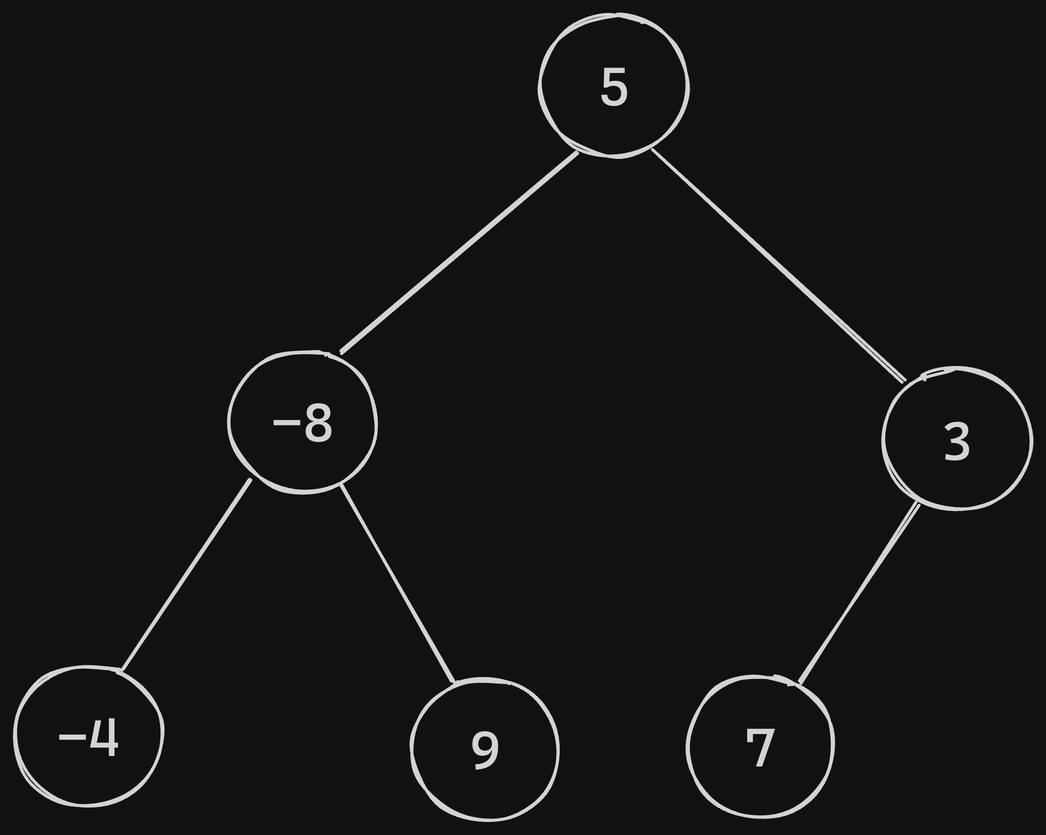
This is terceiroPeriodo/ED2/atividadeFinalDeArvores/imagens/exemploArvoreBinaria.png from lem3s/Estudos, a Excalidraw export, as it was before one commit. Source tidied: one line per element, renumbered; positions are measured from the earlier drawing's top-left corner, leaving out a move shared by most shapes. Source of this version:
```json
{"id": 0, "type": "ellipse", "strokeColor": "#1e1e1e", "strokeWidth": 2, "roughness": 1, "round": true, "x": 351, "y": 0, "width": 98, "height": 94}
{"id": 1, "type": "text", "text": "5", "strokeColor": "#1e1e1e", "strokeWidth": 2, "roughness": 1, "fontSize": 36, "fontFamily": 3, "textAlign": "center", "verticalAlign": "middle", "inside": 0, "x": 389, "y": 26, "width": 21, "height": 43}
{"id": 2, "type": "ellipse", "strokeColor": "#1e1e1e", "strokeWidth": 2, "roughness": 1, "round": true, "x": 143, "y": 224, "width": 98, "height": 94}
{"id": 3, "type": "text", "text": "-8", "strokeColor": "#1e1e1e", "strokeWidth": 2, "roughness": 1, "fontSize": 36, "fontFamily": 3, "textAlign": "center", "verticalAlign": "middle", "inside": 2, "x": 171, "y": 250, "width": 42, "height": 43}
{"id": 4, "type": "ellipse", "strokeColor": "#1e1e1e", "strokeWidth": 2, "roughness": 1, "round": true, "x": 265, "y": 442, "width": 98, "height": 94}
{"id": 5, "type": "text", "text": "9", "strokeColor": "#1e1e1e", "strokeWidth": 2, "roughness": 1, "fontSize": 36, "fontFamily": 3, "textAlign": "center", "verticalAlign": "middle", "inside": 4, "x": 303, "y": 468, "width": 21, "height": 43}
{"id": 6, "type": "ellipse", "strokeColor": "#1e1e1e", "strokeWidth": 2, "roughness": 1, "round": true, "x": 448, "y": 440, "width": 98, "height": 94}
{"id": 7, "type": "text", "text": "7", "strokeColor": "#1e1e1e", "strokeWidth": 2, "roughness": 1, "fontSize": 36, "fontFamily": 3, "textAlign": "center", "verticalAlign": "middle", "inside": 6, "x": 487, "y": 466, "width": 21, "height": 43}
{"id": 8, "type": "ellipse", "strokeColor": "#1e1e1e", "strokeWidth": 2, "roughness": 1, "round": true, "x": 0, "y": 433, "width": 98, "height": 94}
{"id": 9, "type": "text", "text": "-4", "strokeColor": "#1e1e1e", "strokeWidth": 2, "roughness": 1, "fontSize": 36, "fontFamily": 3, "textAlign": "center", "verticalAlign": "middle", "inside": 8, "x": 28, "y": 459, "width": 42, "height": 43}
{"id": 10, "type": "ellipse", "strokeColor": "#1e1e1e", "strokeWidth": 2, "roughness": 1, "round": true, "x": 580, "y": 236, "width": 98, "height": 94}
{"id": 11, "type": "text", "text": "3", "strokeColor": "#1e1e1e", "strokeWidth": 2, "roughness": 1, "fontSize": 36, "fontFamily": 3, "textAlign": "center", "verticalAlign": "middle", "inside": 10, "x": 618, "y": 262, "width": 21, "height": 43}
{"id": 12, "type": "line", "strokeColor": "#1e1e1e", "strokeWidth": 2, "roughness": 1, "round": true, "x": 374, "y": 92, "width": 157, "height": 133, "points": [[0, 0], [-157, 133]]}
{"id": 13, "type": "line", "strokeColor": "#1e1e1e", "strokeWidth": 2, "roughness": 1, "round": true, "x": 425, "y": 90, "width": 168, "height": 154, "points": [[0, 0], [168, 154]]}
{"id": 14, "type": "line", "strokeColor": "#1e1e1e", "strokeWidth": 2, "roughness": 1, "round": true, "x": 601, "y": 326, "width": 77, "height": 119, "points": [[0, 0], [-77, 119]]}
{"id": 15, "type": "line", "strokeColor": "#1e1e1e", "strokeWidth": 2, "roughness": 1, "round": true, "x": 218, "y": 314, "width": 74, "height": 132, "points": [[0, 0], [74, 132]]}
{"id": 16, "type": "line", "strokeColor": "#1e1e1e", "strokeWidth": 2, "roughness": 1, "round": true, "x": 156, "y": 309, "width": 84, "height": 128, "points": [[0, 0], [-84, 128]]}
```
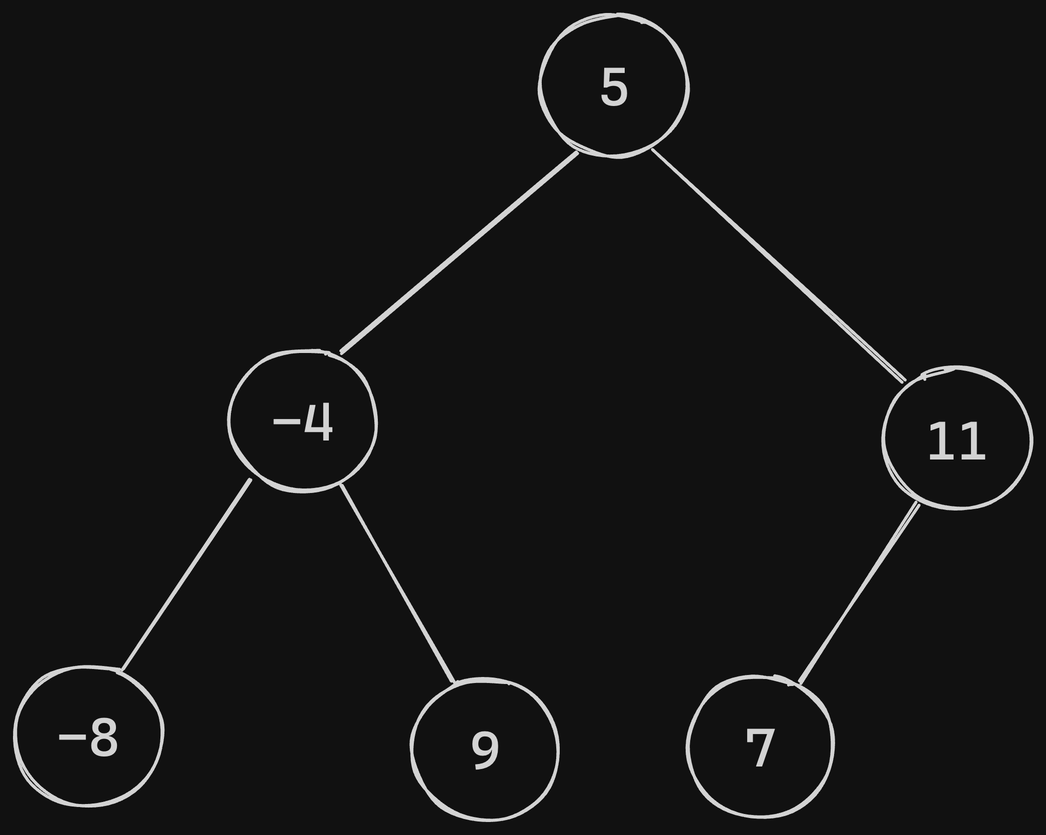
The same diagram one commit later.

The edit, as a diff of the source:
```diff
@@ -1,15 +1,15 @@
 {"id": 0, "type": "ellipse", "strokeColor": "#1e1e1e", "strokeWidth": 2, "roughness": 1, "round": true, "x": 351, "y": 0, "width": 98, "height": 94}
 {"id": 1, "type": "text", "text": "5", "strokeColor": "#1e1e1e", "strokeWidth": 2, "roughness": 1, "fontSize": 36, "fontFamily": 3, "textAlign": "center", "verticalAlign": "middle", "inside": 0, "x": 389, "y": 26, "width": 21, "height": 43}
-{"id": 2, "type": "ellipse", "strokeColor": "#1e1e1e", "strokeWidth": 2, "roughness": 1, "round": true, "x": 143, "y": 224, "width": 98, "height": 94}
+{"id": 2, "type": "ellipse", "strokeColor": "#1e1e1e", "strokeWidth": 2, "roughness": 1, "round": true, "x": 143, "y": 223, "width": 98, "height": 94}
-{"id": 3, "type": "text", "text": "-8", "strokeColor": "#1e1e1e", "strokeWidth": 2, "roughness": 1, "fontSize": 36, "fontFamily": 3, "textAlign": "center", "verticalAlign": "middle", "inside": 2, "x": 171, "y": 250, "width": 42, "height": 43}
+{"id": 3, "type": "text", "text": "-4", "strokeColor": "#1e1e1e", "strokeWidth": 2, "roughness": 1, "fontSize": 36, "fontFamily": 3, "textAlign": "center", "verticalAlign": "middle", "inside": 2, "x": 171, "y": 249, "width": 42, "height": 43}
 {"id": 4, "type": "ellipse", "strokeColor": "#1e1e1e", "strokeWidth": 2, "roughness": 1, "round": true, "x": 265, "y": 442, "width": 98, "height": 94}
 {"id": 5, "type": "text", "text": "9", "strokeColor": "#1e1e1e", "strokeWidth": 2, "roughness": 1, "fontSize": 36, "fontFamily": 3, "textAlign": "center", "verticalAlign": "middle", "inside": 4, "x": 303, "y": 468, "width": 21, "height": 43}
 {"id": 6, "type": "ellipse", "strokeColor": "#1e1e1e", "strokeWidth": 2, "roughness": 1, "round": true, "x": 448, "y": 440, "width": 98, "height": 94}
 {"id": 7, "type": "text", "text": "7", "strokeColor": "#1e1e1e", "strokeWidth": 2, "roughness": 1, "fontSize": 36, "fontFamily": 3, "textAlign": "center", "verticalAlign": "middle", "inside": 6, "x": 487, "y": 466, "width": 21, "height": 43}
 {"id": 8, "type": "ellipse", "strokeColor": "#1e1e1e", "strokeWidth": 2, "roughness": 1, "round": true, "x": 0, "y": 433, "width": 98, "height": 94}
-{"id": 9, "type": "text", "text": "-4", "strokeColor": "#1e1e1e", "strokeWidth": 2, "roughness": 1, "fontSize": 36, "fontFamily": 3, "textAlign": "center", "verticalAlign": "middle", "inside": 8, "x": 28, "y": 459, "width": 42, "height": 43}
+{"id": 9, "type": "text", "text": "-8", "strokeColor": "#1e1e1e", "strokeWidth": 2, "roughness": 1, "fontSize": 36, "fontFamily": 3, "textAlign": "center", "verticalAlign": "middle", "inside": 8, "x": 28, "y": 459, "width": 42, "height": 43}
 {"id": 10, "type": "ellipse", "strokeColor": "#1e1e1e", "strokeWidth": 2, "roughness": 1, "round": true, "x": 580, "y": 236, "width": 98, "height": 94}
-{"id": 11, "type": "text", "text": "3", "strokeColor": "#1e1e1e", "strokeWidth": 2, "roughness": 1, "fontSize": 36, "fontFamily": 3, "textAlign": "center", "verticalAlign": "middle", "inside": 10, "x": 618, "y": 262, "width": 21, "height": 43}
+{"id": 11, "type": "text", "text": "11", "strokeColor": "#1e1e1e", "strokeWidth": 2, "roughness": 1, "fontSize": 36, "fontFamily": 3, "textAlign": "center", "verticalAlign": "middle", "inside": 10, "x": 607, "y": 262, "width": 42, "height": 43}
 {"id": 12, "type": "line", "strokeColor": "#1e1e1e", "strokeWidth": 2, "roughness": 1, "round": true, "x": 374, "y": 92, "width": 157, "height": 133, "points": [[0, 0], [-157, 133]]}
 {"id": 13, "type": "line", "strokeColor": "#1e1e1e", "strokeWidth": 2, "roughness": 1, "round": true, "x": 425, "y": 90, "width": 168, "height": 154, "points": [[0, 0], [168, 154]]}
 {"id": 14, "type": "line", "strokeColor": "#1e1e1e", "strokeWidth": 2, "roughness": 1, "round": true, "x": 601, "y": 326, "width": 77, "height": 119, "points": [[0, 0], [-77, 119]]}
```
